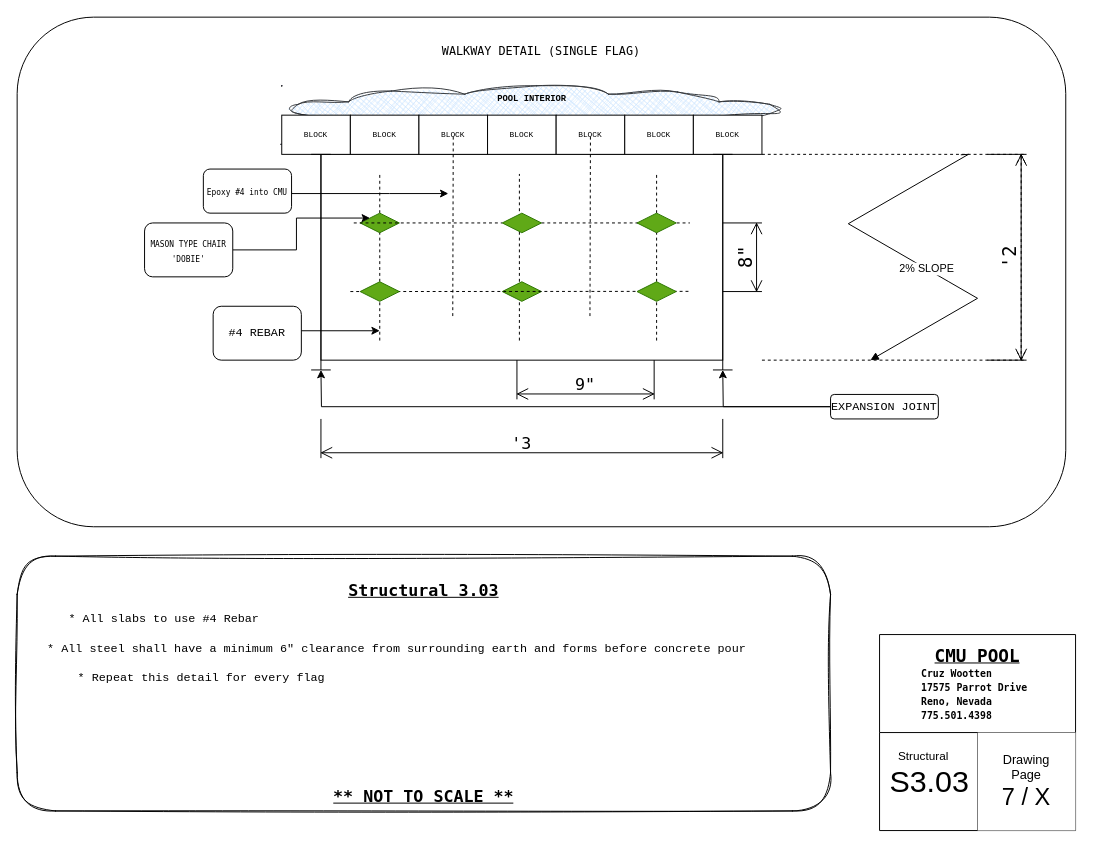
LilWikipedia/parrotpool keeps this draw.io diagram as S303.drawio. Above is the earlier version. Source tidied: cells renumbered, new cells numbered last; positions are measured from the earlier drawing's top-left corner, leaving out a move shared by most shapes. Both pictures are drawn from the tidied source at 98%, with x=0, y=0 at pixel (17, 17).
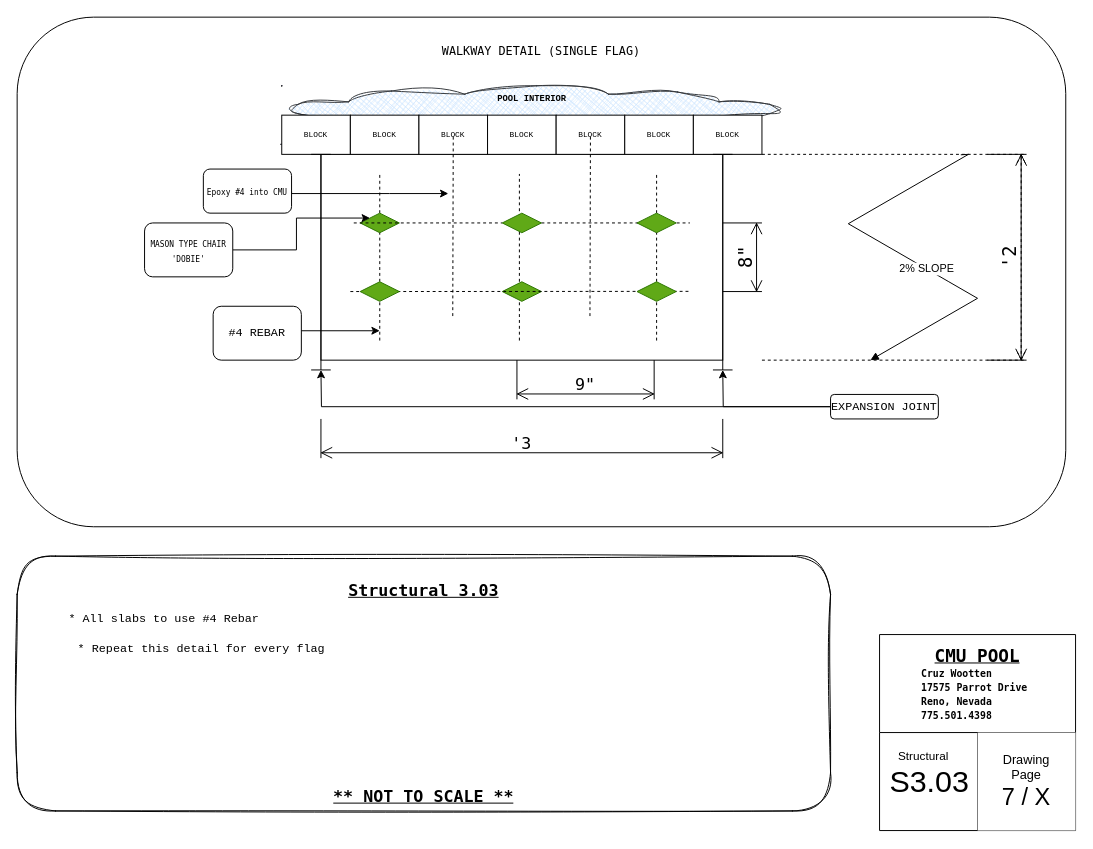
Above is the later version.

Diff of the diagram source:
```diff
@@
-    <mxCell id="12" value="&lt;pre&gt;* All steel shall have a minimum 6&quot; clearance from surrounding earth and forms before concrete pour&lt;/pre&gt;" style="text;html=1;align=center;verticalAlign=middle;whiteSpace=wrap;rounded=0;strokeColor=none;" parent="1" vertex="1">
-      <mxGeometry x="70" y="620" width="635" height="50" as="geometry" />
-    </mxCell>
@@
     <mxCell id="52" value="&lt;pre&gt; * Repeat this detail for every flag&lt;/pre&gt;" style="text;html=1;align=left;verticalAlign=middle;whiteSpace=wrap;rounded=0;strokeColor=none;" parent="1" vertex="1">
-      <mxGeometry x="52.5" y="650" width="645" height="50" as="geometry" />
+      <mxGeometry x="52.5" y="620" width="645" height="50" as="geometry" />
     </mxCell>
```
